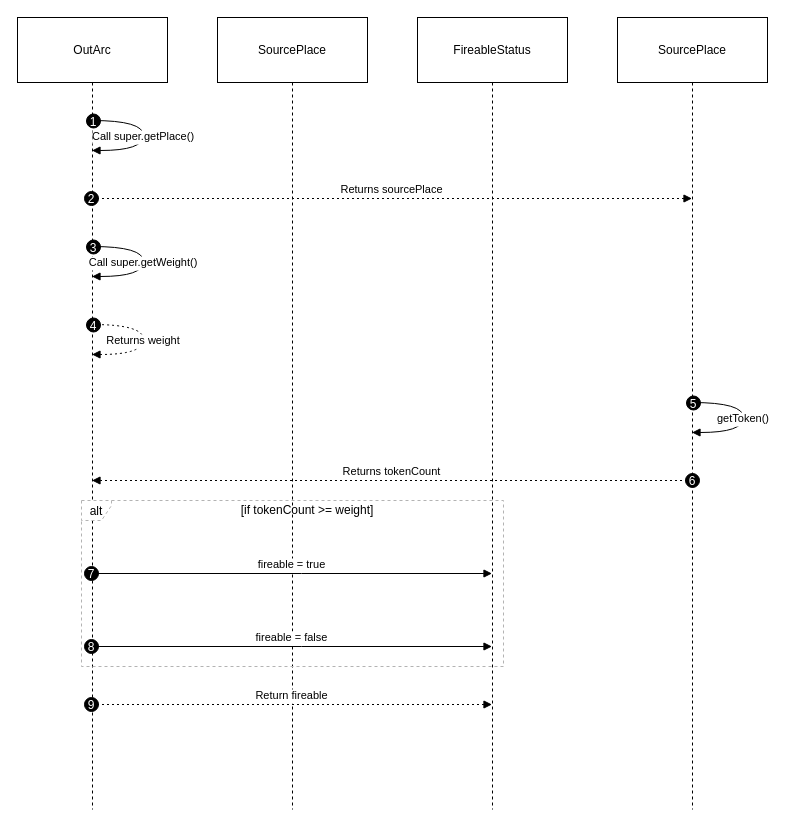
Earlier version of the draw.io diagram page "OutArc.isFireable()" (10 of 11) of Docs/Modelling/PetriNetwork.drawio (MRJPEREZR/PetriNetwork). Source tidied: cells renumbered, new cells numbered last; positions are measured from the earlier drawing's top-left corner, leaving out a move shared by most shapes. Both pictures are drawn from the tidied source at 100%, with x=0, y=0 at pixel (17, 17).
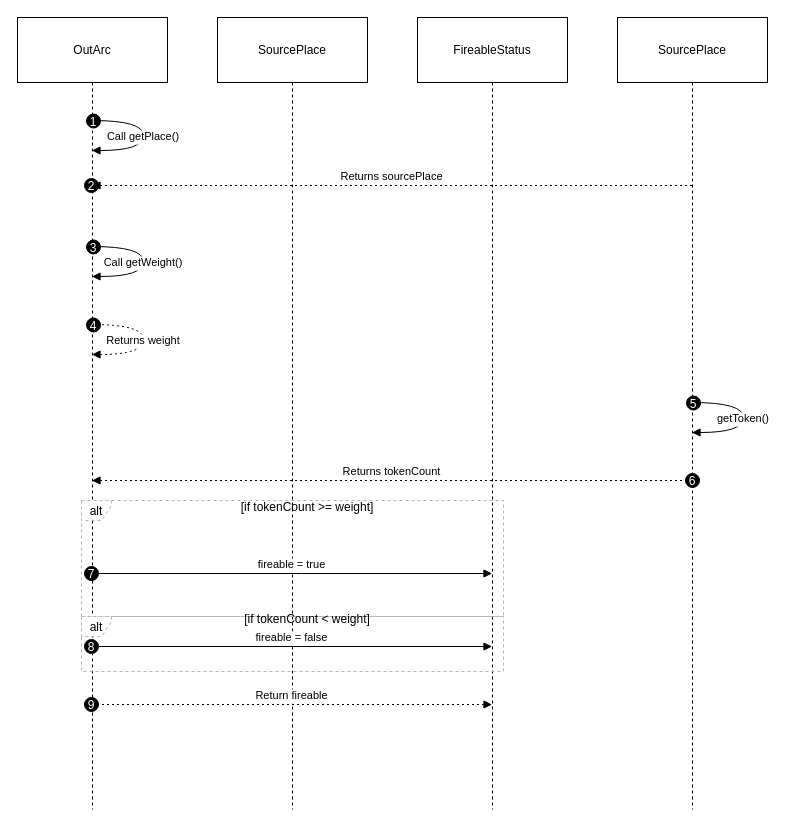
Above is the later version.

Unchanged cells that the change refers to:
```xml
<mxCell id="2" value="OutArc" style="shape=umlLifeline;perimeter=lifelinePerimeter;whiteSpace=wrap;outlineConnect=0;portConstraint=eastwest;newEdgeStyle={&quot;edgeStyle&quot;:&quot;elbowEdgeStyle&quot;,&quot;elbow&quot;:&quot;vertical&quot;,&quot;curved&quot;:0,&quot;rounded&quot;:0};size=65;" parent="1" vertex="1">
  <mxGeometry width="150" height="792" as="geometry" />
</mxCell>
<mxCell id="5" value="SourcePlace" style="shape=umlLifeline;perimeter=lifelinePerimeter;whiteSpace=wrap;outlineConnect=0;portConstraint=eastwest;newEdgeStyle={&quot;edgeStyle&quot;:&quot;elbowEdgeStyle&quot;,&quot;elbow&quot;:&quot;vertical&quot;,&quot;curved&quot;:0,&quot;rounded&quot;:0};size=65;" parent="1" vertex="1">
  <mxGeometry x="600" width="150" height="792" as="geometry" />
</mxCell>
```

What changed in the source:
```diff
@@
     <mxCell id="6" value="alt" style="shape=umlFrame;dashed=1;strokeColor=#B3B3B3;height=20;width=30;" parent="1" vertex="1">
-      <mxGeometry x="64" y="483" width="422" height="166" as="geometry" />
+      <mxGeometry x="64" y="483" width="422" height="116" as="geometry" />
     </mxCell>
     <mxCell id="7" value="[if tokenCount &gt;= weight]" style="text;strokeColor=none;fillColor=none;align=center;verticalAlign=middle;whiteSpace=wrap;" parent="6" vertex="1">
-      <mxGeometry x="30" width="392" height="20" as="geometry" />
+      <mxGeometry x="30" width="392" height="14" as="geometry" />
     </mxCell>
     <mxCell id="8" style="shape=line;dashed=1;whiteSpace=wrap;verticalAlign=top;labelPosition=center;verticalLabelPosition=middle;align=center;strokeColor=#B3B3B3;" parent="6" vertex="1">
-      <mxGeometry y="98" width="422" as="geometry" />
+      <mxGeometry y="68.5" width="422" as="geometry" />
     </mxCell>
-    <mxCell id="9" value="Call super.getPlace()" style="curved=1;endArrow=block;rounded=0;" parent="1" edge="1" source="2" target="2">
+    <mxCell id="9" value="Call getPlace()" style="curved=1;endArrow=block;rounded=0;" parent="1" edge="1" source="2" target="2">
       <mxGeometry relative="1" as="geometry">
         <Array as="points">
           <mxPoint x="126" y="103" />
           <mxPoint x="126" y="133" />
         </Array>
       </mxGeometry>
     </mxCell>
@@
-    <mxCell id="11" value="Returns sourcePlace" style="verticalAlign=bottom;edgeStyle=elbowEdgeStyle;elbow=vertical;curved=0;rounded=0;dashed=1;dashPattern=2 3;endArrow=block;" parent="1" edge="1" source="2" target="5">
+    <mxCell id="11" value="Returns sourcePlace" style="verticalAlign=bottom;edgeStyle=elbowEdgeStyle;elbow=vertical;curved=0;rounded=0;dashed=1;dashPattern=2 3;endArrow=block;" parent="1" edge="1">
       <mxGeometry relative="1" as="geometry">
+        <mxPoint x="674.5" y="168" as="sourcePoint" />
+        <mxPoint x="74.5" y="168" as="targetPoint" />
         <Array as="points">
-          <mxPoint x="384" y="181" />
+          <mxPoint x="384" y="168" />
         </Array>
       </mxGeometry>
     </mxCell>
@@
-    <mxCell id="13" value="Call super.getWeight()" style="curved=1;endArrow=block;rounded=0;" parent="1" edge="1" source="2" target="2">
+    <mxCell id="13" value="Call getWeight()" style="curved=1;endArrow=block;rounded=0;" parent="1" edge="1" source="2" target="2">
       <mxGeometry relative="1" as="geometry">
         <Array as="points">
           <mxPoint x="126" y="229" />
           <mxPoint x="126" y="259" />
         </Array>
       </mxGeometry>
     </mxCell>
@@
+    <mxCell id="27" value="alt" style="shape=umlFrame;dashed=1;strokeColor=#B3B3B3;height=20;width=30;" parent="1" vertex="1">
+      <mxGeometry x="64" y="599" width="422" height="55" as="geometry" />
+    </mxCell>
+    <mxCell id="28" value="[if tokenCount &lt; weight]" style="text;strokeColor=none;fillColor=none;align=center;verticalAlign=middle;whiteSpace=wrap;" parent="27" vertex="1">
+      <mxGeometry x="30" width="392" height="6.6" as="geometry" />
+    </mxCell>
+    <mxCell id="29" style="shape=line;dashed=1;whiteSpace=wrap;verticalAlign=top;labelPosition=center;verticalLabelPosition=middle;align=center;strokeColor=#B3B3B3;" parent="27" vertex="1">
+      <mxGeometry y="32.5" width="422" as="geometry" />
+    </mxCell>
```
